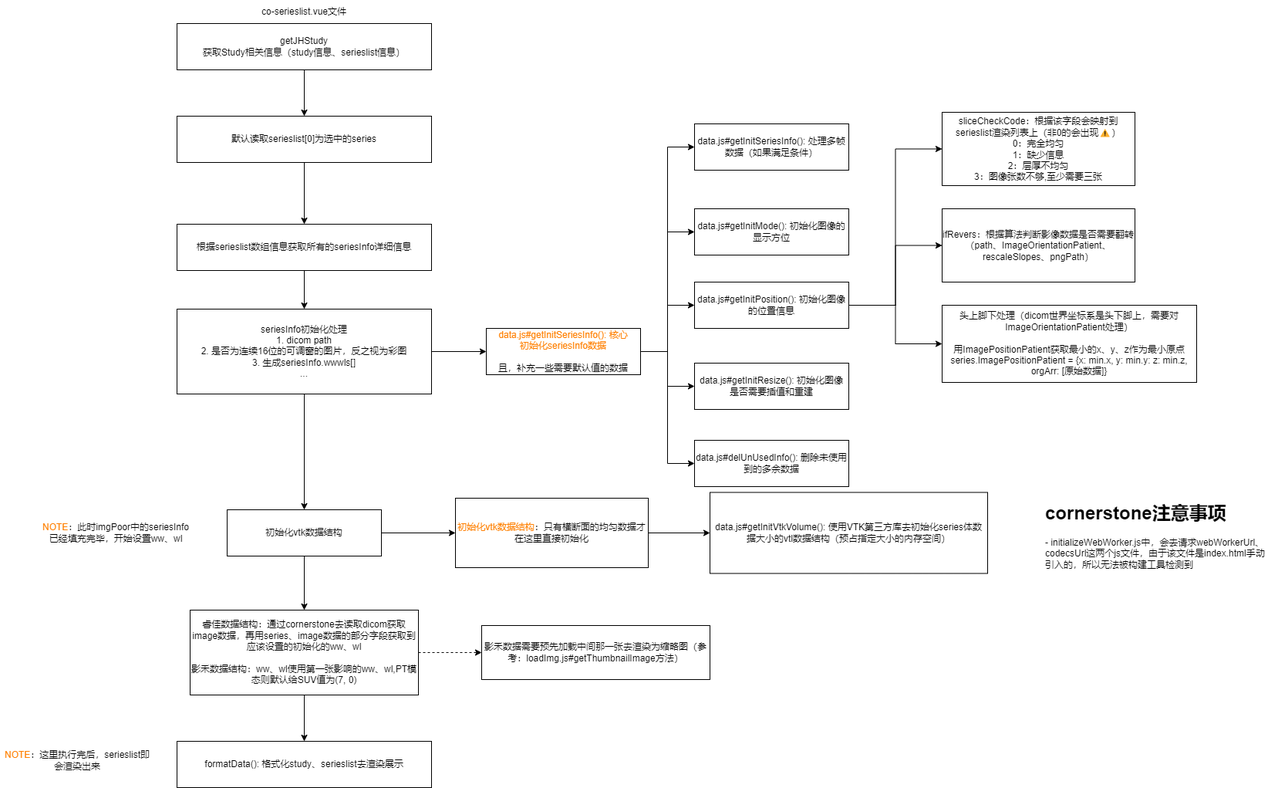
Earlier version of the draw.io export viewer数据流.drawio.png (JYbill/draw). Source tidied: cells renumbered, new cells last; positions are measured from the earlier drawing's top-left corner, leaving out a move shared by most shapes.
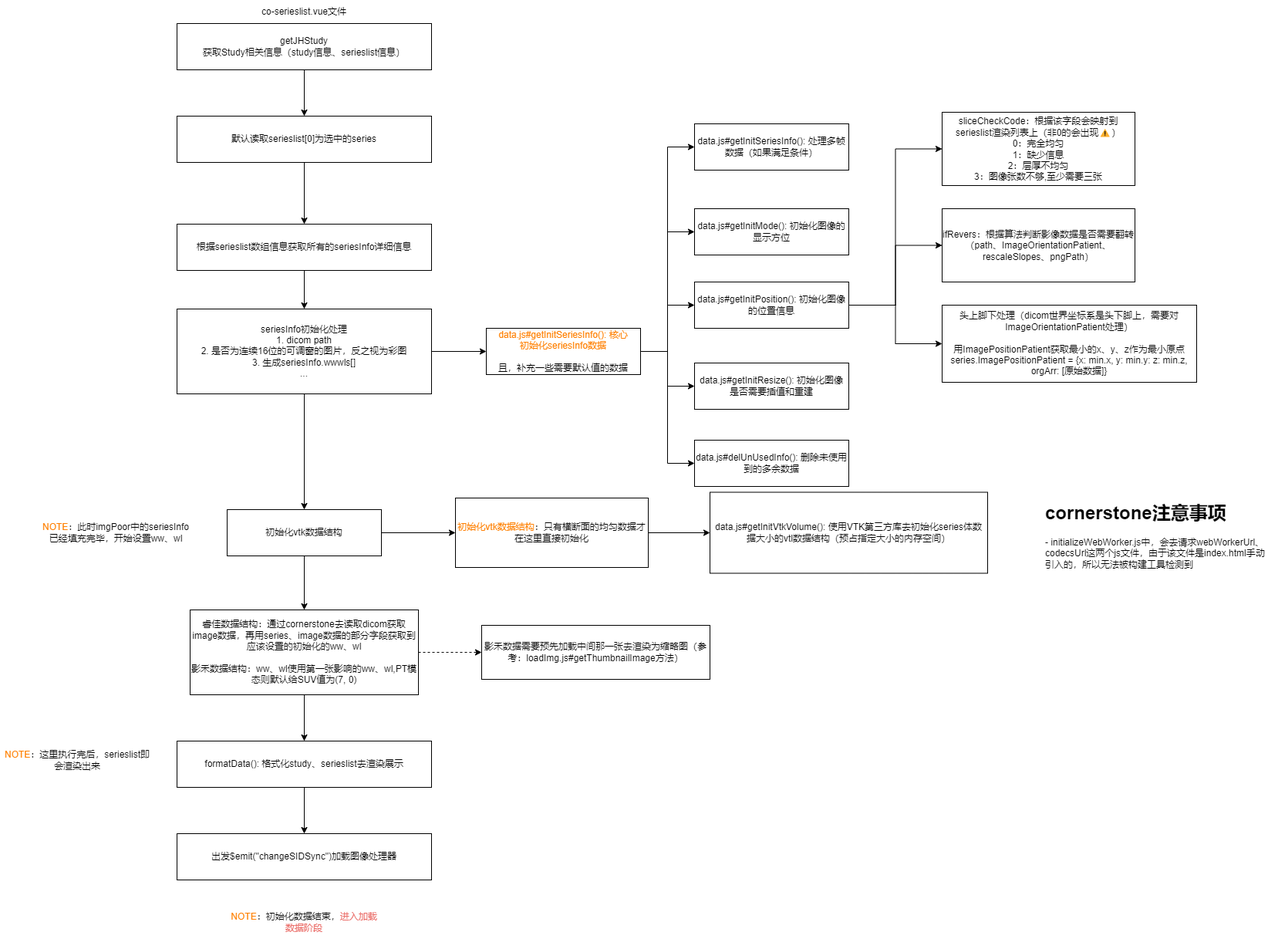
The same file after the commit.

Commit message:
更新viewer数据流.drawio.png

What changed in the source:
```diff
@@ -119,11 +119,20 @@
     <mxCell id="40" value="影禾数据需要预先加载中间那一张去渲染为缩略图（参考：loadImg.js#getThumbnailImage方法）" style="rounded=0;whiteSpace=wrap;html=1;" parent="1" vertex="1">
       <mxGeometry x="624" y="810" width="296" height="70" as="geometry" />
     </mxCell>
+    <mxCell id="43" style="edgeStyle=orthogonalEdgeStyle;rounded=0;jettySize=auto;html=1;exitX=0.5;exitY=1;exitDx=0;exitDy=0;" parent="1" edge="1" source="41" target="44">
+      <mxGeometry relative="1" as="geometry" />
+    </mxCell>
     <mxCell id="41" value="formatData(): 格式化study、serieslist去渲染展示" style="rounded=0;whiteSpace=wrap;html=1;" parent="1" vertex="1">
       <mxGeometry x="229" y="960" width="330" height="60" as="geometry" />
     </mxCell>
     <mxCell id="42" value="&lt;font color=&quot;#ff8000&quot;&gt;NOTE&lt;/font&gt;：这里执行完后，serieslist即会渲染出来" style="text;html=1;align=center;verticalAlign=middle;whiteSpace=wrap;rounded=0;" parent="1" vertex="1">
       <mxGeometry y="950" width="200" height="70" as="geometry" />
     </mxCell>
+    <mxCell id="44" value="出发$emit(&quot;changeSIDSync&quot;)加载图像处理器" style="rounded=0;whiteSpace=wrap;html=1;" parent="1" vertex="1">
+      <mxGeometry x="229" y="1080" width="330" height="60" as="geometry" />
+    </mxCell>
+    <mxCell id="45" value="&lt;font color=&quot;#ff8000&quot;&gt;NOTE&lt;/font&gt;：初始化数据结束，&lt;font color=&quot;#ea6b66&quot;&gt;进入加载数据阶段&lt;/font&gt;" style="text;html=1;align=center;verticalAlign=middle;whiteSpace=wrap;rounded=0;" parent="1" vertex="1">
+      <mxGeometry x="294" y="1160" width="200" height="70" as="geometry" />
+    </mxCell>
   </root>
 </mxGraphModel>
```
